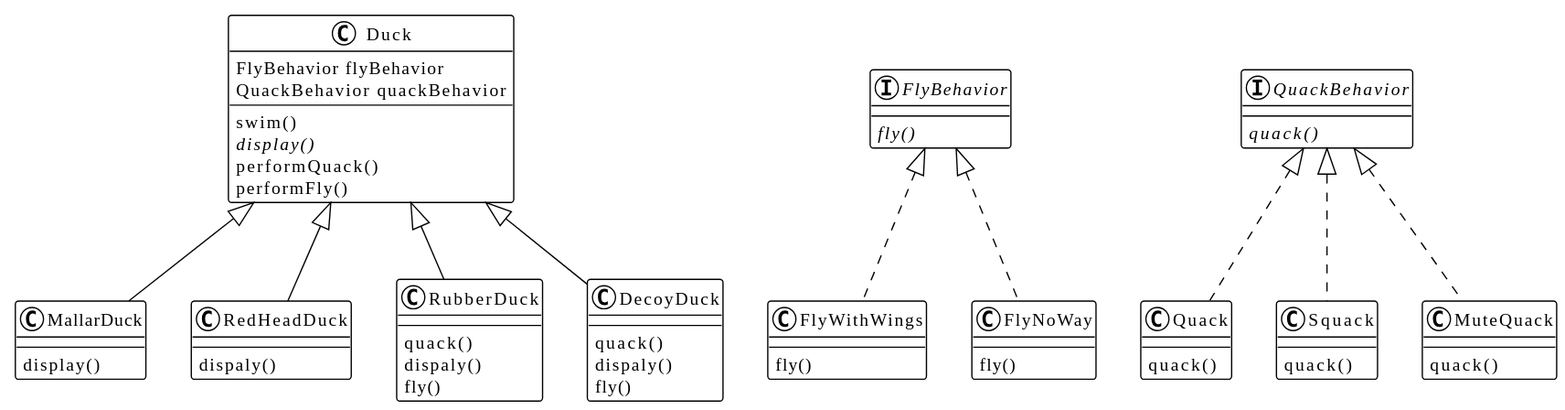
Before: src/chaptera/d/uml.svg, a diagram exported from PlantUML (chesterchenn/HFDP). Source of this version:
```plantuml
@startuml
!theme plain
Duck <|-- MallarDuck
Duck <|-- RedHeadDuck
Duck <|-- RubberDuck
Duck <|-- DecoyDuck

FlyBehavior <|.. FlyWithWings
FlyBehavior <|.. FlyNoWay

QuackBehavior <|.. Quack
QuackBehavior <|.. Squack
QuackBehavior <|.. MuteQuack

class Duck {
  FlyBehavior flyBehavior
  QuackBehavior quackBehavior

  swim()
  {abstract} display()
  performQuack()
  performFly()
}

class MallarDuck {
  display()
}

class RedHeadDuck {
  dispaly()
}

class RubberDuck {
  quack()
  dispaly()
  fly()
}

class DecoyDuck {
  quack()
  dispaly()
  fly()
}

interface FlyBehavior {
  {abstract} fly()
}

class FlyWithWings {
  fly()
}

class FlyNoWay {
  fly()
}

interface QuackBehavior {
  {abstract} quack()
}

class Quack {
  quack()
}

class Squack {
  quack()
}

class MuteQuack {
  quack()
}

@enduml
```
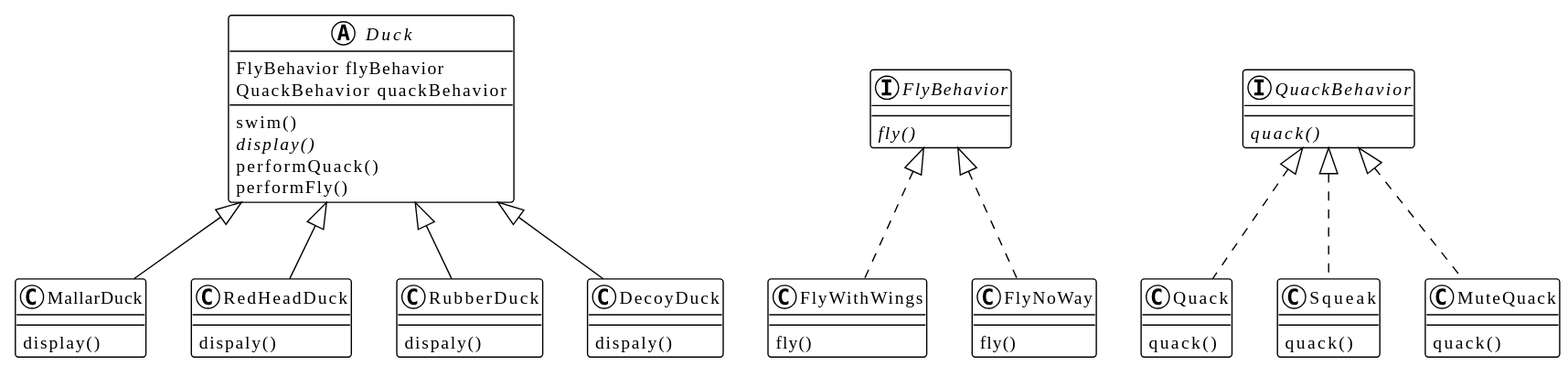
After the change.

Diff of the diagram source:
```diff
@@ -9,10 +9,10 @@
 FlyBehavior <|.. FlyNoWay
 
 QuackBehavior <|.. Quack
-QuackBehavior <|.. Squack
+QuackBehavior <|.. Squeak
 QuackBehavior <|.. MuteQuack
 
-class Duck {
+abstract class Duck {
   FlyBehavior flyBehavior
   QuackBehavior quackBehavior
 
@@ -31,15 +31,11 @@
 }
 
 class RubberDuck {
-  quack()
   dispaly()
-  fly()
 }
 
 class DecoyDuck {
-  quack()
   dispaly()
-  fly()
 }
 
 interface FlyBehavior {
@@ -62,7 +58,7 @@
   quack()
 }
 
-class Squack {
+class Squeak {
   quack()
 }
 
```
